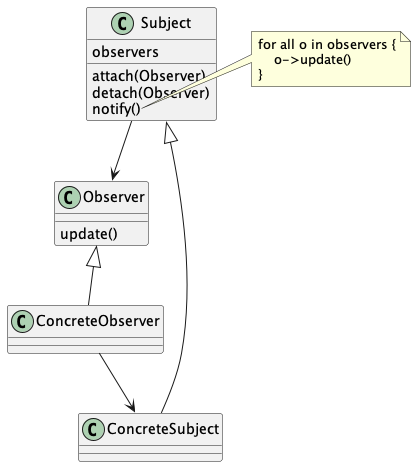
The PlantUML diagram Slides/Images/observer_class_diagram.png in fhirter/Software-Engineering, before a commit. The source it was exported from:
```plantuml
@startuml
class Observer {
    update()
}

class Subject {
    observers
    attach(Observer)
    detach(Observer)
    notify()

}
note right of Subject::notify
    for all o in observers {
        o->update()
    }
end note

Observer <|-- ConcreteObserver

Subject <|-- ConcreteSubject

Subject --> Observer

ConcreteObserver --> ConcreteSubject

@enduml
```
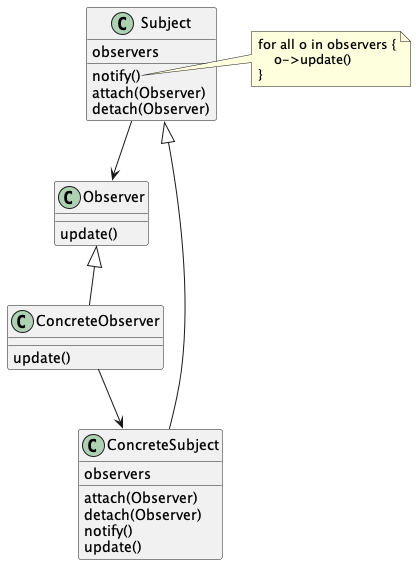
Later version of the same file.

Commit message:
add patterns books to slice, update observer diagram

Diff of the diagram source:
```diff
@@ -5,9 +5,9 @@
 
 class Subject {
     observers
+    notify()
     attach(Observer)
     detach(Observer)
-    notify()
 
 }
 note right of Subject::notify
@@ -15,6 +15,18 @@
         o->update()
     }
 end note
+
+class ConcreteSubject {
+    observers
+    attach(Observer)
+    detach(Observer)
+    notify()
+    update()
+}
+
+class ConcreteObserver {
+    update()
+}
 
 Observer <|-- ConcreteObserver
 
```
